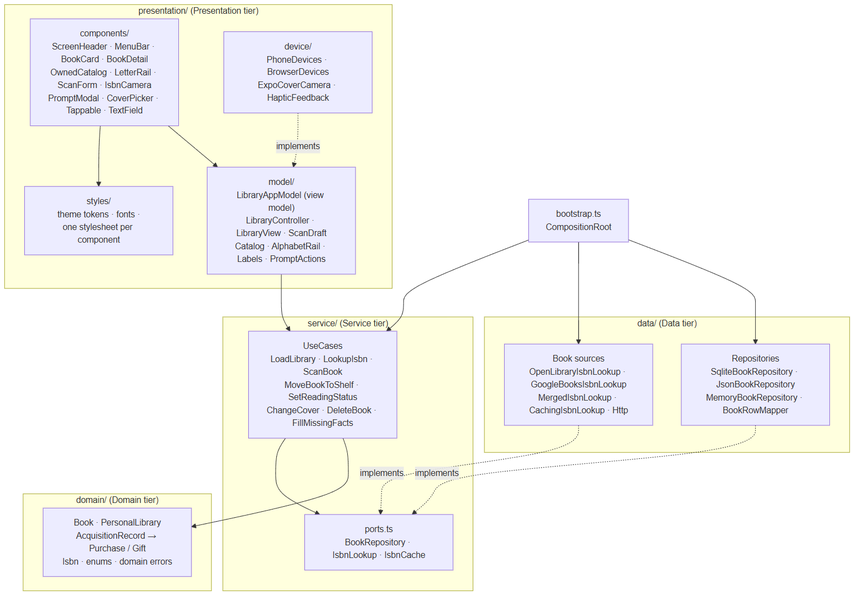
ghechavarria/cen5064-project-hechavarria keeps this Mermaid diagram as docs/design/figures/decomposition.png. Above is the earlier version. Its source is kept beside it as docs/design/diagrams/decomposition.mmd.
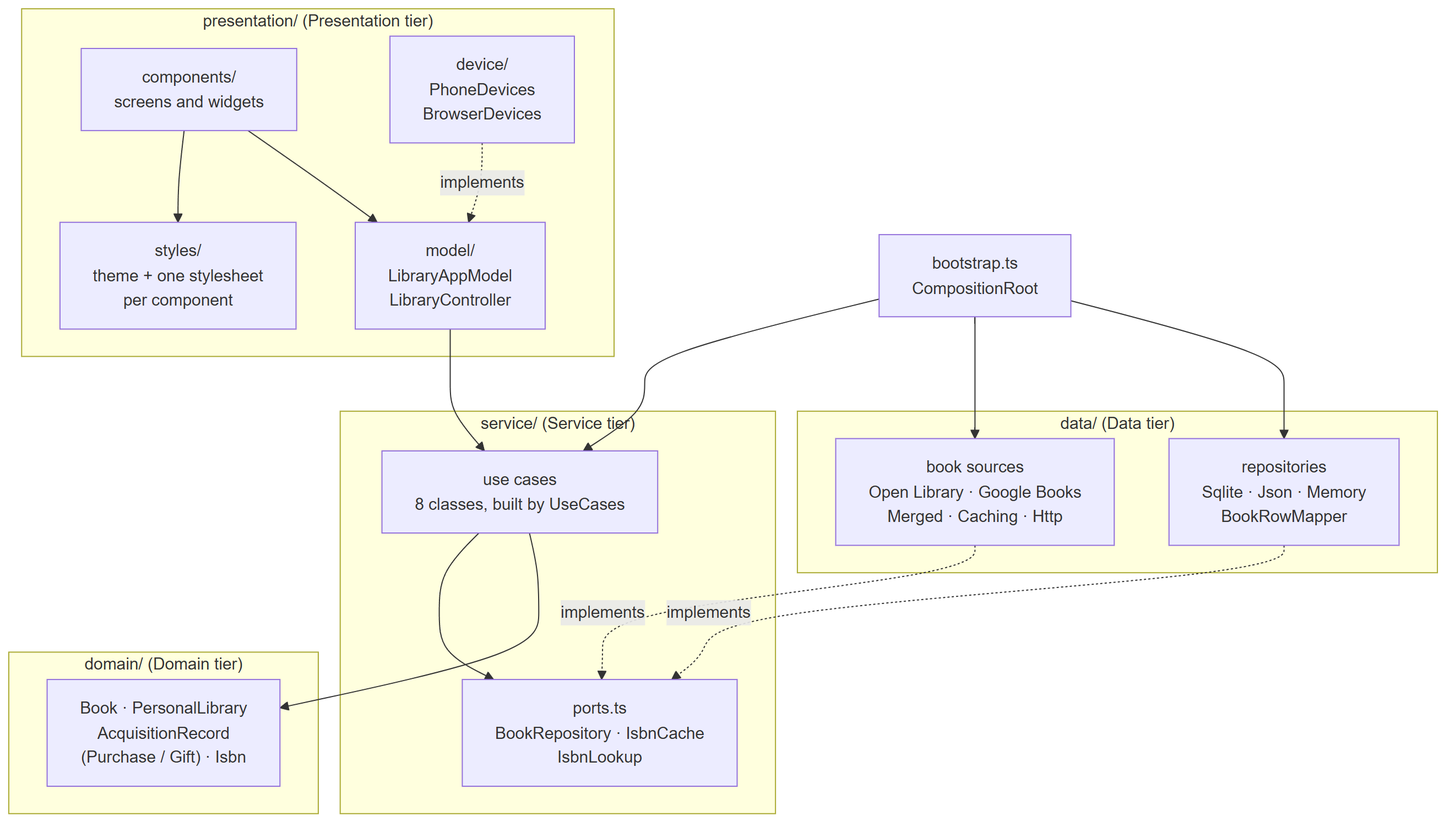
The same diagram one commit later.

Commit message:
Design doc: make the decomposition diagram readable (4.7pt -> 7.4pt printed): main classes per folder, landscape page

Refs #18

Diff of the diagram source:
```diff
@@ -1,23 +1,20 @@
 flowchart TB
     subgraph P ["presentation/ (Presentation tier)"]
-        direction LR
-        views["components/<br/>ScreenHeader · MenuBar · BookCard · BookDetail<br/>OwnedCatalog · LetterRail · ScanForm · IsbnCamera<br/>PromptModal · CoverPicker · Tappable · TextField"]
-        vm["model/<br/>LibraryAppModel (view model)<br/>LibraryController · LibraryView · ScanDraft<br/>Catalog · AlphabetRail · Labels · PromptActions"]
-        dev["device/<br/>PhoneDevices · BrowserDevices<br/>ExpoCoverCamera · HapticFeedback"]
-        sty["styles/<br/>theme tokens · fonts ·<br/>one stylesheet per component"]
+        views["components/<br/>screens and widgets"]
+        vm["model/<br/>LibraryAppModel<br/>LibraryController"]
+        dev["device/<br/>PhoneDevices<br/>BrowserDevices"]
+        sty["styles/<br/>theme + one stylesheet<br/>per component"]
     end
     subgraph S ["service/ (Service tier)"]
-        direction LR
-        uc["UseCases<br/>LoadLibrary · LookupIsbn · ScanBook<br/>MoveBookToShelf · SetReadingStatus<br/>ChangeCover · DeleteBook · FillMissingFacts"]
-        ports["ports.ts<br/>BookRepository · IsbnLookup · IsbnCache"]
+        uc["use cases<br/>8 classes, built by UseCases"]
+        ports["ports.ts<br/>BookRepository · IsbnCache<br/>IsbnLookup"]
     end
     subgraph D ["domain/ (Domain tier)"]
-        dm["Book · PersonalLibrary<br/>AcquisitionRecord → Purchase / Gift<br/>Isbn · enums · domain errors"]
+        dm["Book · PersonalLibrary<br/>AcquisitionRecord<br/>(Purchase / Gift) · Isbn"]
     end
     subgraph DA ["data/ (Data tier)"]
-        direction LR
-        repo["Repositories<br/>SqliteBookRepository · JsonBookRepository<br/>MemoryBookRepository · BookRowMapper"]
-        src["Book sources<br/>OpenLibraryIsbnLookup · GoogleBooksIsbnLookup<br/>MergedIsbnLookup · CachingIsbnLookup · Http"]
+        repo["repositories<br/>Sqlite · Json · Memory<br/>BookRowMapper"]
+        src["book sources<br/>Open Library · Google Books<br/>Merged · Caching · Http"]
     end
     root["bootstrap.ts<br/>CompositionRoot"]
     views --> vm
```
